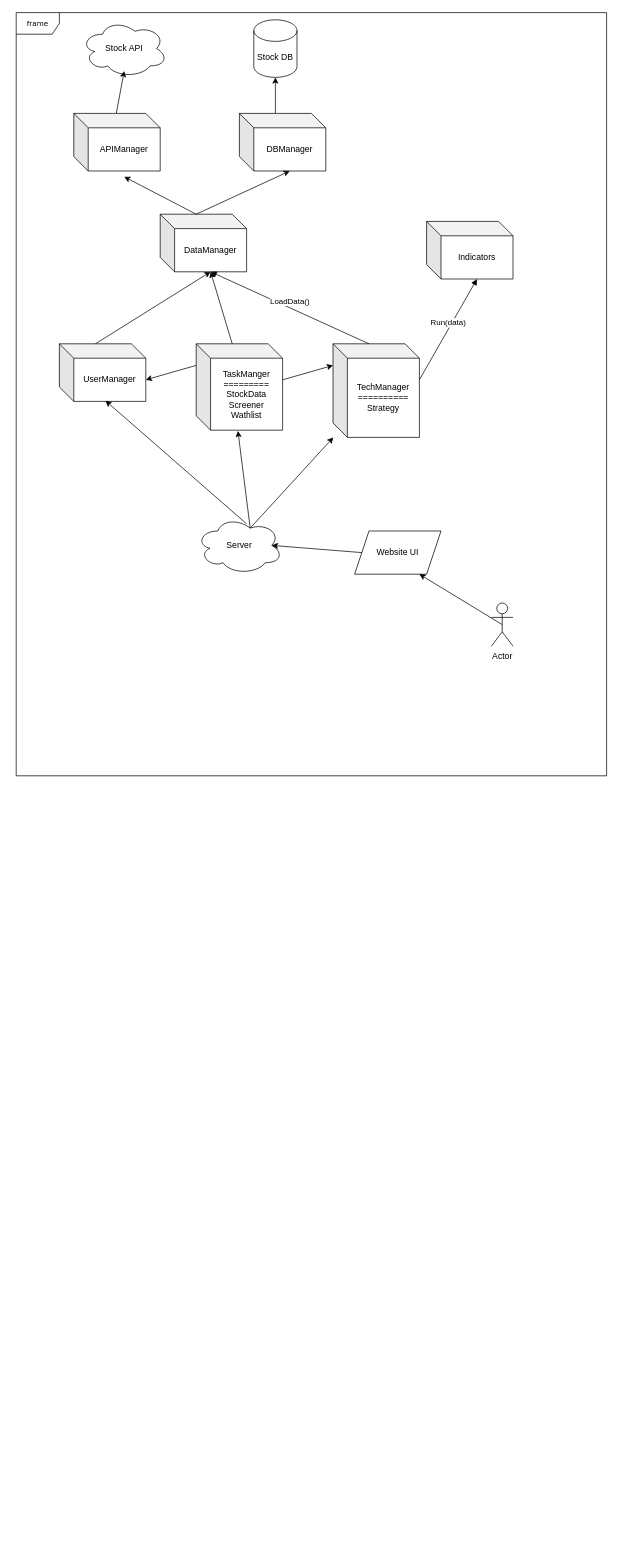
Above: mindmap/fin.simperator.modu.drawio in maiernte/img (draw.io), before the change. Source tidied: cells renumbered, new cells numbered last; positions are measured from the earlier drawing's top-left corner, leaving out a move shared by most shapes. Both pictures are drawn from the tidied source at 72%, with x=0, y=0 at pixel (16, 12).
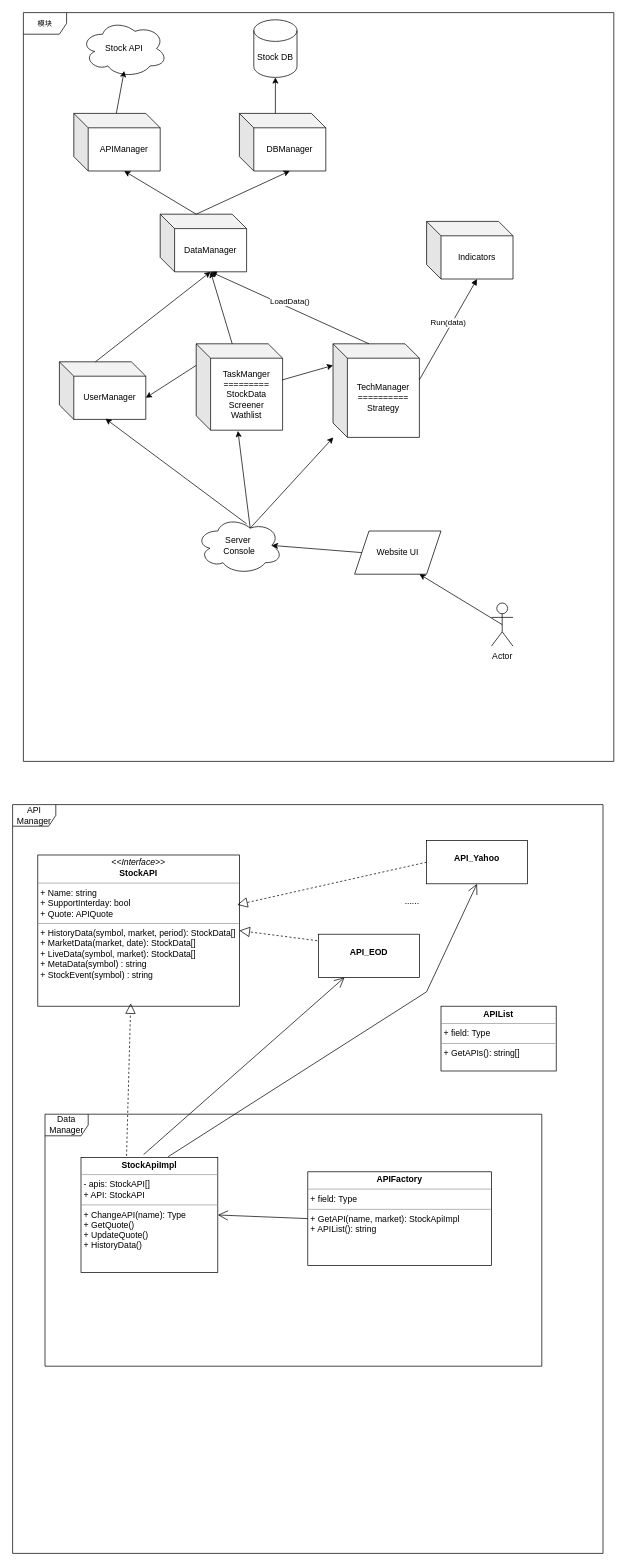
The same page after the edit.

The change refers to these unchanged cells:
```xml
<mxCell id="12" value="APIManager" style="shape=cube;whiteSpace=wrap;html=1;boundedLbl=1;backgroundOutline=1;darkOpacity=0.05;darkOpacity2=0.1;" parent="1" vertex="1">
  <mxGeometry x="80" y="140" width="120" height="80" as="geometry" />
</mxCell>
<mxCell id="14" value="DataManager" style="shape=cube;whiteSpace=wrap;html=1;boundedLbl=1;backgroundOutline=1;darkOpacity=0.05;darkOpacity2=0.1;" parent="1" vertex="1">
  <mxGeometry x="200" y="280" width="120" height="80" as="geometry" />
</mxCell>
```

The edit, as a diff of the source:
```diff
@@
-    <mxCell id="2" value="frame" style="shape=umlFrame;whiteSpace=wrap;html=1;rounded=0;shadow=0;comic=0;labelBackgroundColor=none;strokeWidth=1;fontFamily=Verdana;fontSize=10;align=center;" parent="1" vertex="1">
-      <mxGeometry width="820" height="1060" as="geometry" />
+    <mxCell id="2" value="模块" style="shape=umlFrame;whiteSpace=wrap;html=1;rounded=0;shadow=0;comic=0;labelBackgroundColor=none;strokeWidth=1;fontFamily=Verdana;fontSize=10;align=center;" parent="1" vertex="1">
+      <mxGeometry x="10" width="820" height="1040" as="geometry" />
     </mxCell>
@@
-    <mxCell id="16" style="endArrow=classic;html=1;rounded=0;exitX=0;exitY=0;exitDx=50;exitDy=0;exitPerimeter=0;entryX=0.583;entryY=1.1;entryDx=0;entryDy=0;entryPerimeter=0;" parent="1" edge="1" source="14" target="12">
+    <mxCell id="16" style="endArrow=classic;html=1;rounded=0;exitX=0;exitY=0;exitDx=50;exitDy=0;exitPerimeter=0;entryX=0;entryY=0;entryDx=70;entryDy=80;entryPerimeter=0;" parent="1" edge="1" source="14" target="12">
       <mxGeometry relative="1" as="geometry" />
     </mxCell>
@@
     <mxCell id="24" value="UserManager" style="shape=cube;whiteSpace=wrap;html=1;boundedLbl=1;backgroundOutline=1;darkOpacity=0.05;darkOpacity2=0.1;" parent="1" vertex="1">
-      <mxGeometry x="60" y="460" width="120" height="80" as="geometry" />
+      <mxGeometry x="60" y="485" width="120" height="80" as="geometry" />
     </mxCell>
@@
-    <mxCell id="27" value="Server" style="ellipse;shape=cloud;whiteSpace=wrap;html=1;" parent="1" vertex="1">
+    <mxCell id="27" value="Server&amp;nbsp;&lt;br&gt;Console" style="ellipse;shape=cloud;whiteSpace=wrap;html=1;" parent="1" vertex="1">
       <mxGeometry x="250" y="700" width="120" height="80" as="geometry" />
     </mxCell>
@@
+    <mxCell id="35" value="API&lt;br&gt;Manager" style="shape=umlFrame;whiteSpace=wrap;html=1;" parent="1" vertex="1">
+      <mxGeometry x="-5" y="1100" width="820" height="1040" as="geometry" />
+    </mxCell>
+    <mxCell id="36" value="&lt;p style=&quot;margin: 0px ; margin-top: 4px ; text-align: center&quot;&gt;&lt;i&gt;&amp;lt;&amp;lt;Interface&amp;gt;&amp;gt;&lt;/i&gt;&lt;br&gt;&lt;b&gt;StockAPI&lt;/b&gt;&lt;/p&gt;&lt;hr size=&quot;1&quot;&gt;&lt;p style=&quot;margin: 0px ; margin-left: 4px&quot;&gt;+ Name: string&lt;br&gt;+ SupportInterday: bool&lt;/p&gt;&lt;p style=&quot;margin: 0px ; margin-left: 4px&quot;&gt;+ Quote: APIQuote&lt;/p&gt;&lt;hr size=&quot;1&quot;&gt;&lt;p style=&quot;margin: 0px ; margin-left: 4px&quot;&gt;+ HistoryData(symbol, market, period): StockData[]&lt;br&gt;+ MarketData(market, date): StockData[]&lt;/p&gt;&lt;p style=&quot;margin: 0px ; margin-left: 4px&quot;&gt;+ LiveData(symbol, market): StockData[]&lt;/p&gt;&lt;p style=&quot;margin: 0px ; margin-left: 4px&quot;&gt;+ MetaData(symbol) : string&lt;/p&gt;&lt;p style=&quot;margin: 0px ; margin-left: 4px&quot;&gt;+ StockEvent(symbol) : string&lt;/p&gt;&lt;p style=&quot;margin: 0px ; margin-left: 4px&quot;&gt;&lt;br&gt;&lt;/p&gt;" style="verticalAlign=top;align=left;overflow=fill;fontSize=12;fontFamily=Helvetica;html=1;" parent="1" vertex="1">
+      <mxGeometry x="30" y="1170" width="280" height="210" as="geometry" />
+    </mxCell>
+    <mxCell id="37" value="&lt;p style=&quot;margin: 0px ; margin-top: 4px ; text-align: center&quot;&gt;&lt;br&gt;&lt;b&gt;API_EOD&lt;/b&gt;&lt;/p&gt;" style="verticalAlign=top;align=left;overflow=fill;fontSize=12;fontFamily=Helvetica;html=1;" parent="1" vertex="1">
+      <mxGeometry x="420" y="1280" width="140" height="60" as="geometry" />
+    </mxCell>
+    <mxCell id="38" style="endArrow=block;dashed=1;endFill=0;endSize=12;html=1;rounded=0;exitX=-0.014;exitY=0.15;exitDx=0;exitDy=0;exitPerimeter=0;entryX=1;entryY=0.5;entryDx=0;entryDy=0;" parent="1" edge="1" source="37" target="36">
+      <mxGeometry relative="1" as="geometry" />
+    </mxCell>
+    <mxCell id="39" value="&lt;p style=&quot;margin: 0px ; margin-top: 4px ; text-align: center&quot;&gt;&lt;br&gt;&lt;b&gt;API_Yahoo&lt;/b&gt;&lt;/p&gt;" style="verticalAlign=top;align=left;overflow=fill;fontSize=12;fontFamily=Helvetica;html=1;" parent="1" vertex="1">
+      <mxGeometry x="570" y="1150" width="140" height="60" as="geometry" />
+    </mxCell>
+    <mxCell id="40" style="endArrow=block;dashed=1;endFill=0;endSize=12;html=1;rounded=0;entryX=0.989;entryY=0.329;entryDx=0;entryDy=0;entryPerimeter=0;exitX=0;exitY=0.5;exitDx=0;exitDy=0;" parent="1" edge="1" source="39" target="36">
+      <mxGeometry relative="1" as="geometry" />
+    </mxCell>
+    <mxCell id="41" value="......" style="text;html=1;strokeColor=none;fillColor=none;align=center;verticalAlign=middle;whiteSpace=wrap;rounded=0;" parent="1" vertex="1">
+      <mxGeometry x="520" y="1220" width="60" height="30" as="geometry" />
+    </mxCell>
+    <mxCell id="42" value="Data&lt;br&gt;Manager" style="shape=umlFrame;whiteSpace=wrap;html=1;" parent="1" vertex="1">
+      <mxGeometry x="40" y="1530" width="690" height="350" as="geometry" />
+    </mxCell>
+    <mxCell id="43" style="endArrow=open;endFill=1;endSize=12;html=1;rounded=0;exitX=0.458;exitY=-0.025;exitDx=0;exitDy=0;exitPerimeter=0;" parent="1" edge="1" source="47" target="37">
+      <mxGeometry relative="1" as="geometry" />
+    </mxCell>
+    <mxCell id="44" style="endArrow=block;dashed=1;endFill=0;endSize=12;html=1;rounded=0;exitX=0.332;exitY=0.025;exitDx=0;exitDy=0;entryX=0.461;entryY=0.981;entryDx=0;entryDy=0;entryPerimeter=0;exitPerimeter=0;" parent="1" edge="1" source="47" target="36">
+      <mxGeometry relative="1" as="geometry" />
+    </mxCell>
+    <mxCell id="45" style="endArrow=open;endFill=1;endSize=12;html=1;rounded=0;exitX=0.637;exitY=-0.006;exitDx=0;exitDy=0;exitPerimeter=0;entryX=0.5;entryY=1;entryDx=0;entryDy=0;" parent="1" edge="1" source="47" target="39">
+      <mxGeometry relative="1" as="geometry">
+        <Array as="points">
+          <mxPoint x="570" y="1360" />
+        </Array>
+      </mxGeometry>
+    </mxCell>
+    <mxCell id="46" value="&lt;p style=&quot;margin: 0px ; margin-top: 4px ; text-align: center&quot;&gt;&lt;b&gt;APIFactory&lt;/b&gt;&lt;/p&gt;&lt;hr size=&quot;1&quot;&gt;&lt;p style=&quot;margin: 0px ; margin-left: 4px&quot;&gt;+ field: Type&lt;/p&gt;&lt;hr size=&quot;1&quot;&gt;&lt;p style=&quot;margin: 0px ; margin-left: 4px&quot;&gt;+ GetAPI(name, market): StockApiImpl&lt;/p&gt;&lt;p style=&quot;margin: 0px ; margin-left: 4px&quot;&gt;+ APIList(): string&lt;/p&gt;" style="verticalAlign=top;align=left;overflow=fill;fontSize=12;fontFamily=Helvetica;html=1;" parent="1" vertex="1">
+      <mxGeometry x="405" y="1610" width="255" height="130" as="geometry" />
+    </mxCell>
+    <mxCell id="47" value="&lt;p style=&quot;margin: 4px 0px 0px ; text-align: center&quot;&gt;&lt;b&gt;StockApiImpl&lt;/b&gt;&lt;/p&gt;&lt;hr size=&quot;1&quot;&gt;&lt;p style=&quot;margin: 0px 0px 0px 4px&quot;&gt;- apis: StockAPI[]&lt;/p&gt;&lt;p style=&quot;margin: 0px 0px 0px 4px&quot;&gt;+ API: StockAPI&lt;/p&gt;&lt;hr size=&quot;1&quot;&gt;&lt;p style=&quot;margin: 0px 0px 0px 4px&quot;&gt;+ ChangeAPI(name): Type&lt;/p&gt;&lt;p style=&quot;margin: 0px 0px 0px 4px&quot;&gt;+ GetQuote()&lt;/p&gt;&lt;p style=&quot;margin: 0px 0px 0px 4px&quot;&gt;+ UpdateQuote()&lt;/p&gt;&lt;p style=&quot;margin: 0px 0px 0px 4px&quot;&gt;+ HistoryData()&lt;/p&gt;&lt;p style=&quot;margin: 0px ; margin-left: 4px&quot;&gt;&lt;br&gt;&lt;/p&gt;&lt;p style=&quot;margin: 0px ; margin-left: 4px&quot;&gt;&lt;br&gt;&lt;/p&gt;" style="verticalAlign=top;align=left;overflow=fill;fontSize=12;fontFamily=Helvetica;html=1;" parent="1" vertex="1">
+      <mxGeometry x="90" y="1590" width="190" height="160" as="geometry" />
+    </mxCell>
+    <mxCell id="48" style="endArrow=open;endFill=1;endSize=12;html=1;rounded=0;exitX=0;exitY=0.5;exitDx=0;exitDy=0;entryX=1;entryY=0.5;entryDx=0;entryDy=0;" parent="1" edge="1" source="46" target="47">
+      <mxGeometry relative="1" as="geometry" />
+    </mxCell>
+    <mxCell id="49" value="&lt;p style=&quot;margin: 0px ; margin-top: 4px ; text-align: center&quot;&gt;&lt;b&gt;APIList&lt;/b&gt;&lt;/p&gt;&lt;hr size=&quot;1&quot;&gt;&lt;p style=&quot;margin: 0px ; margin-left: 4px&quot;&gt;+ field: Type&lt;/p&gt;&lt;hr size=&quot;1&quot;&gt;&lt;p style=&quot;margin: 0px ; margin-left: 4px&quot;&gt;+ GetAPIs(): string[]&lt;/p&gt;" style="verticalAlign=top;align=left;overflow=fill;fontSize=12;fontFamily=Helvetica;html=1;" parent="1" vertex="1">
+      <mxGeometry x="590" y="1380" width="160" height="90" as="geometry" />
+    </mxCell>
```
